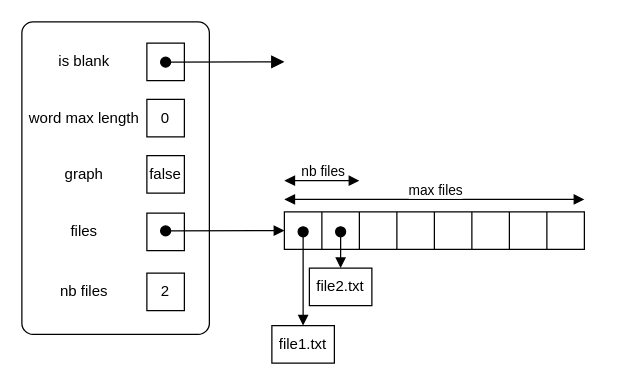
The draw.io diagram rapport/opt_schema.drawio in TristanGrlt/Jaccard-Algo3-project-2025-L2, before the edit. Source tidied: cells renumbered, new cells numbered last; positions are measured from the earlier drawing's top-left corner, leaving out a move shared by most shapes. Both pictures are drawn from the tidied source at 125%, with x=0, y=0 at pixel (21, 21).
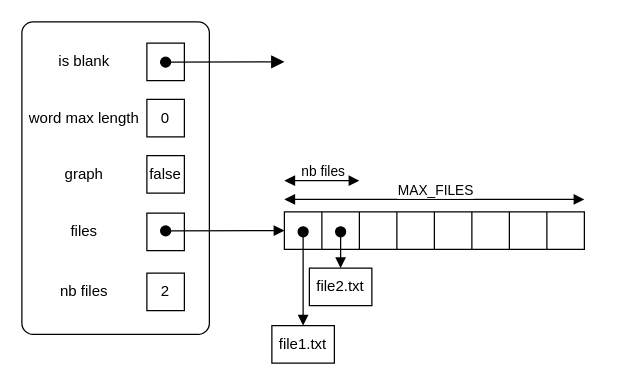
After the change.

Unchanged cells that the change refers to:
```xml
<mxCell id="25" style="endArrow=block;startArrow=block;endFill=1;startFill=1;html=1;rounded=0;labelPosition=center;verticalLabelPosition=top;align=center;verticalAlign=top;spacingTop=5;" parent="1" edge="1">
  <mxGeometry relative="1" as="geometry">
    <mxPoint x="210" y="142" as="sourcePoint" />
    <mxPoint x="450" y="142" as="targetPoint" />
  </mxGeometry>
</mxCell>
```

The edit, as a diff of the source:
```diff
@@
-    <mxCell id="26" value="max files" style="edgeLabel;html=1;align=center;verticalAlign=middle;" parent="25" vertex="1">
+    <mxCell id="26" value="MAX_FILES" style="edgeLabel;html=1;align=center;verticalAlign=middle;" parent="25" vertex="1">
       <mxGeometry relative="1" as="geometry">
         <mxPoint y="-8" as="offset" />
       </mxGeometry>
     </mxCell>
```
